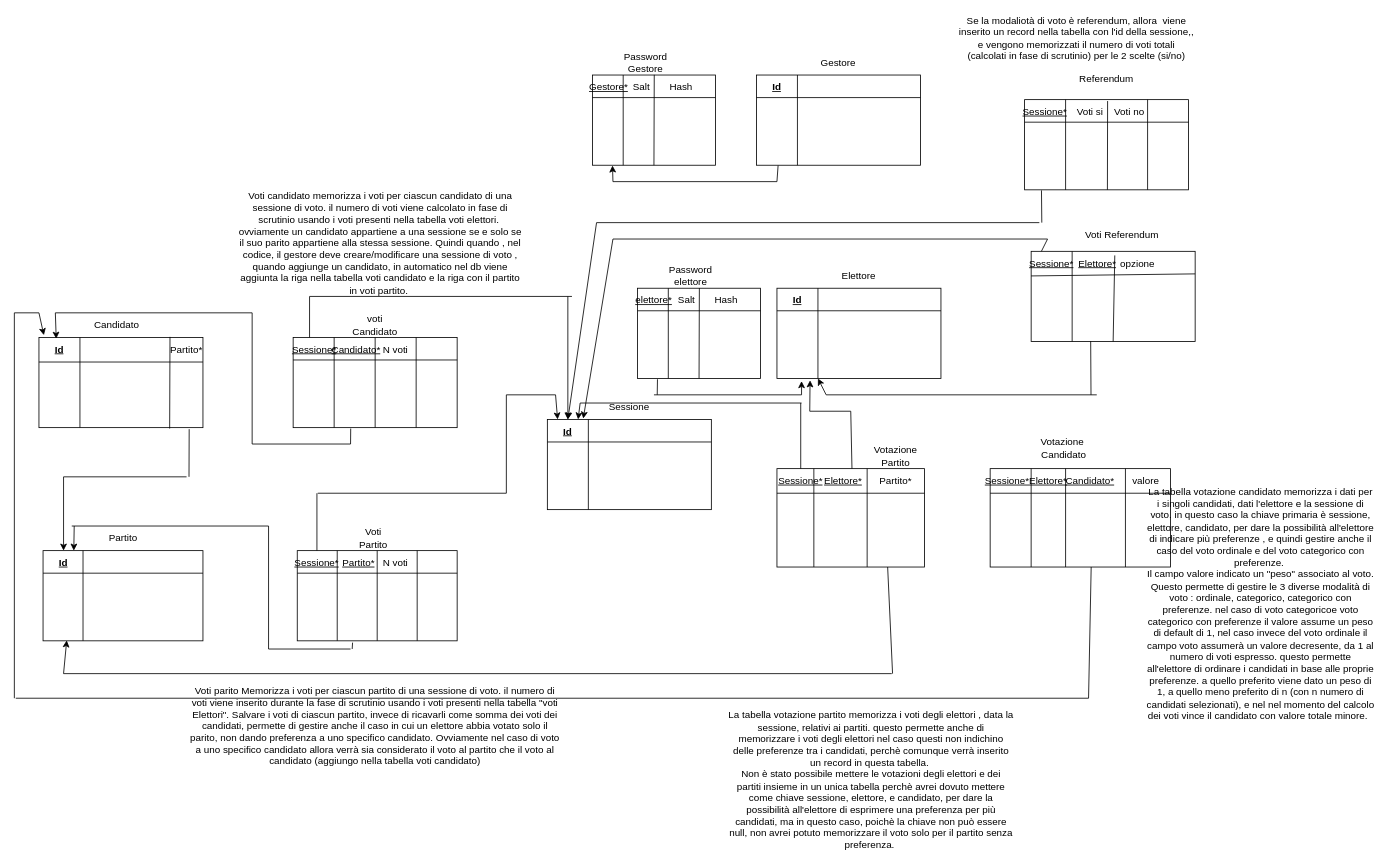
gbrsni/votoElettronico keeps this draw.io diagram as docs/Schema DB.drawio. Above is the earlier version. Source tidied: cells renumbered, new cells numbered last; positions are measured from the earlier drawing's top-left corner, leaving out a move shared by most shapes. Both pictures are drawn from the tidied source at 82%, with x=0, y=0 at pixel (14, 25).
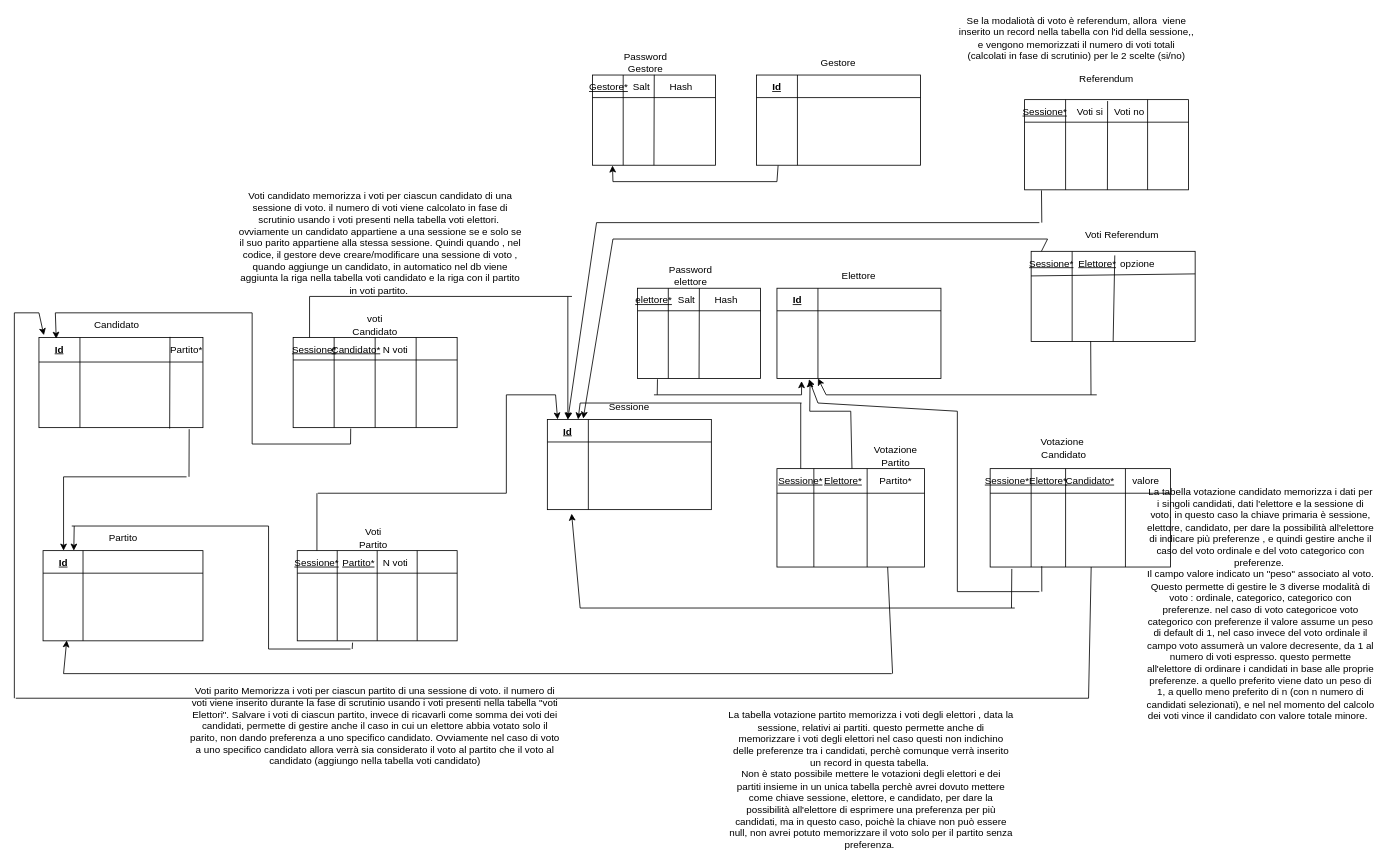
After the change.

Commit message:
modifica relazione votazione partito

Unchanged cells that the change refers to:
```xml
<mxCell id="46" style="rounded=0;whiteSpace=wrap;html=1;" parent="1" vertex="1">
  <mxGeometry x="650" y="480" width="200" height="110" as="geometry" />
</mxCell>
<mxCell id="60" style="rounded=0;whiteSpace=wrap;html=1;" parent="1" vertex="1">
  <mxGeometry x="930" y="320" width="200" height="110" as="geometry" />
</mxCell>
<mxCell id="86" style="rounded=0;whiteSpace=wrap;html=1;" parent="1" vertex="1">
  <mxGeometry x="1190" y="540" width="220" height="120" as="geometry" />
</mxCell>
```

The edit, as a diff of the source:
```diff
@@
+    <mxCell id="153" style="endArrow=none;html=1;rounded=0;entryX=0.286;entryY=0.992;entryDx=0;entryDy=0;entryPerimeter=0;" parent="1" edge="1" target="86">
+      <mxGeometry relative="1" as="geometry">
+        <mxPoint x="1253" y="690" as="sourcePoint" />
+      </mxGeometry>
+    </mxCell>
+    <mxCell id="154" style="endArrow=none;html=1;rounded=0;" parent="1" edge="1">
+      <mxGeometry relative="1" as="geometry">
+        <mxPoint x="1150" y="690" as="sourcePoint" />
+        <mxPoint x="1250" y="690" as="targetPoint" />
+      </mxGeometry>
+    </mxCell>
+    <mxCell id="155" style="endArrow=none;html=1;rounded=0;" parent="1" edge="1">
+      <mxGeometry relative="1" as="geometry">
+        <mxPoint x="1150" y="690" as="sourcePoint" />
+        <mxPoint x="1150" y="470" as="targetPoint" />
+      </mxGeometry>
+    </mxCell>
+    <mxCell id="156" style="endArrow=none;html=1;rounded=0;" parent="1" edge="1">
+      <mxGeometry relative="1" as="geometry">
+        <mxPoint x="980" y="460" as="sourcePoint" />
+        <mxPoint x="1150" y="470" as="targetPoint" />
+      </mxGeometry>
+    </mxCell>
+    <mxCell id="157" style="endArrow=classic;html=1;rounded=0;entryX=0.195;entryY=1.009;entryDx=0;entryDy=0;entryPerimeter=0;" parent="1" edge="1" target="60">
+      <mxGeometry relative="1" as="geometry">
+        <mxPoint x="980" y="460" as="sourcePoint" />
+      </mxGeometry>
+    </mxCell>
+    <mxCell id="158" style="endArrow=none;html=1;rounded=0;entryX=0.12;entryY=1.019;entryDx=0;entryDy=0;entryPerimeter=0;" parent="1" edge="1" target="86">
+      <mxGeometry relative="1" as="geometry">
+        <mxPoint x="1216" y="710" as="sourcePoint" />
+      </mxGeometry>
+    </mxCell>
+    <mxCell id="159" style="endArrow=none;html=1;rounded=0;" parent="1" edge="1">
+      <mxGeometry relative="1" as="geometry">
+        <mxPoint x="690" y="710" as="sourcePoint" />
+        <mxPoint x="1220" y="710" as="targetPoint" />
+      </mxGeometry>
+    </mxCell>
+    <mxCell id="160" style="endArrow=classic;html=1;rounded=0;entryX=0.148;entryY=1.045;entryDx=0;entryDy=0;entryPerimeter=0;" parent="1" edge="1" target="46">
+      <mxGeometry relative="1" as="geometry">
+        <mxPoint x="690" y="710" as="sourcePoint" />
+      </mxGeometry>
+    </mxCell>
```
